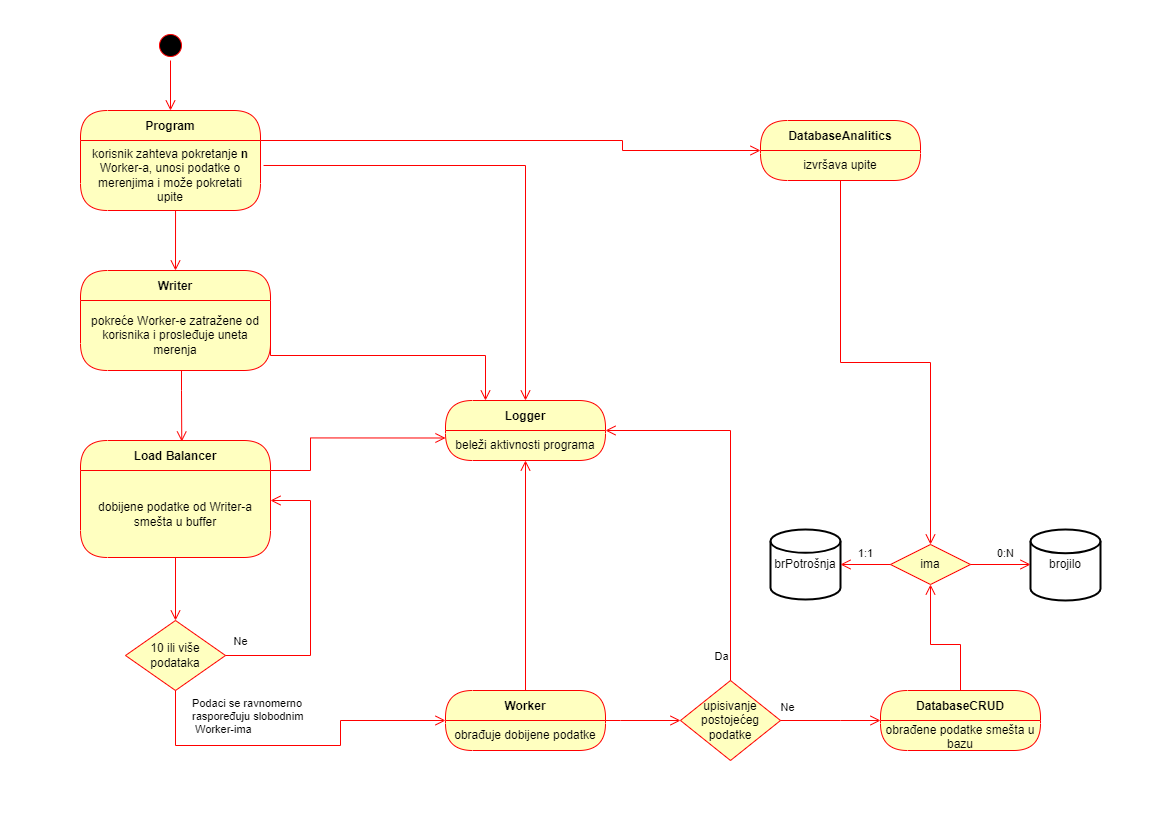
celicmarko/load_balancer keeps this draw.io diagram as diagram.png. Above is the earlier version. Source tidied: cells renumbered, new cells last; positions are measured from the earlier drawing's top-left corner, leaving out a move shared by most shapes.
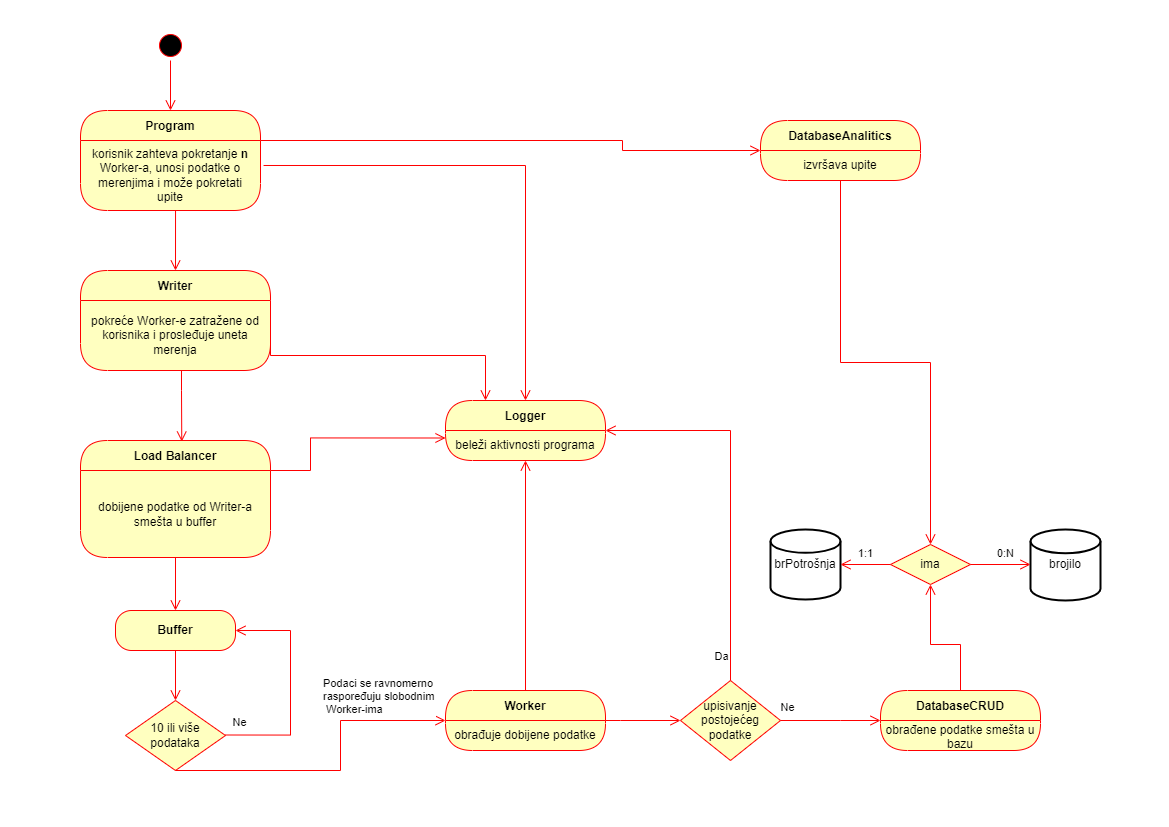
Later version of the same file.

Diff of the diagram source:
```diff
@@ -37,34 +37,19 @@
     <mxCell id="11" value="dobijene podatke od Writer-a smešta u buffer" style="text;html=1;strokeColor=none;fillColor=none;align=center;verticalAlign=middle;spacingLeft=4;spacingRight=4;whiteSpace=wrap;overflow=hidden;fontColor=#000000;" parent="10" vertex="1">
       <mxGeometry y="30" width="190" height="87" as="geometry" />
     </mxCell>
-    <mxCell id="12" style="edgeStyle=orthogonalEdgeStyle;html=1;verticalAlign=bottom;endArrow=open;endSize=8;strokeColor=#ff0000;rounded=0;exitX=0.5;exitY=1;exitDx=0;exitDy=0;entryX=0.5;entryY=0;entryDx=0;entryDy=0;" parent="1" edge="1" source="11" target="13">
+    <mxCell id="12" style="edgeStyle=orthogonalEdgeStyle;html=1;verticalAlign=bottom;endArrow=open;endSize=8;strokeColor=#ff0000;rounded=0;exitX=0.5;exitY=1;exitDx=0;exitDy=0;entryX=0.5;entryY=0;entryDx=0;entryDy=0;" parent="1" edge="1" source="11" target="45">
       <mxGeometry relative="1" as="geometry" />
     </mxCell>
     <mxCell id="13" value="10 ili više podataka" style="rhombus;whiteSpace=wrap;html=1;fillColor=#ffffc0;strokeColor=#ff0000;" parent="1" vertex="1">
-      <mxGeometry x="45" y="590" width="100" height="70" as="geometry" />
+      <mxGeometry x="45" y="670" width="100" height="70" as="geometry" />
     </mxCell>
-    <mxCell id="14" style="edgeStyle=orthogonalEdgeStyle;html=1;align=left;verticalAlign=bottom;endArrow=open;endSize=8;strokeColor=#ff0000;rounded=0;" parent="1" edge="1" source="13">
-      <mxGeometry x="-1" relative="1" as="geometry">
-        <mxPoint x="190" y="470" as="targetPoint" />
-        <Array as="points">
-          <mxPoint x="230" y="625" />
-          <mxPoint x="230" y="470" />
-          <mxPoint x="190" y="470" />
-        </Array>
-      </mxGeometry>
-    </mxCell>
-    <mxCell id="15" value="Ne" style="edgeLabel;html=1;align=center;verticalAlign=middle;" parent="14" vertex="1">
-      <mxGeometry x="-0.86" y="1" relative="1" as="geometry">
-        <mxPoint x="-4" y="-14" as="offset" />
-      </mxGeometry>
-    </mxCell>
-    <mxCell id="16" value="Podaci se ravnomerno&amp;nbsp;&lt;br&gt;raspoređuju slobodnim&lt;br&gt;&amp;nbsp;Worker-ima" style="edgeStyle=orthogonalEdgeStyle;html=1;align=left;verticalAlign=top;endArrow=open;endSize=8;strokeColor=#ff0000;rounded=0;entryX=0;entryY=0;entryDx=0;entryDy=0;" parent="1" edge="1" source="13" target="18">
-      <mxGeometry x="-1" y="15" relative="1" as="geometry">
+    <mxCell id="16" value="Podaci se ravnomerno&amp;nbsp;&lt;br&gt;raspoređuju slobodnim&lt;br&gt;&amp;nbsp;Worker-ima" style="edgeStyle=orthogonalEdgeStyle;html=1;align=left;verticalAlign=top;endArrow=open;endSize=8;strokeColor=#ff0000;rounded=0;entryX=0;entryY=0;entryDx=0;entryDy=0;exitX=0.5;exitY=1;exitDx=0;exitDy=0;" parent="1" edge="1" source="13" target="18">
+      <mxGeometry x="0.34" y="54" relative="1" as="geometry">
         <Array as="points">
-          <mxPoint x="95" y="715" />
-          <mxPoint x="260" y="715" />
+          <mxPoint x="260" y="740" />
           <mxPoint x="260" y="690" />
         </Array>
+        <mxPoint x="-20" y="4" as="offset" />
       </mxGeometry>
     </mxCell>
     <mxCell id="17" value="Worker" style="swimlane;fontStyle=1;align=center;verticalAlign=middle;horizontal=1;startSize=30;fontColor=#000000;rounded=1;arcSize=30;strokeColor=#ff0000;fillColor=#ffffc0;swimlaneFillColor=#ffffc0;" parent="1" vertex="1">
@@ -204,5 +189,30 @@
         </Array>
       </mxGeometry>
     </mxCell>
+    <mxCell id="45" value="&lt;b&gt;Buffer&lt;/b&gt;" style="rounded=1;whiteSpace=wrap;html=1;arcSize=40;fontColor=#000000;fillColor=#ffffc0;strokeColor=#ff0000;" parent="1" vertex="1">
+      <mxGeometry x="35" y="580" width="120" height="40" as="geometry" />
+    </mxCell>
+    <mxCell id="46" style="edgeStyle=orthogonalEdgeStyle;html=1;verticalAlign=bottom;endArrow=open;endSize=8;strokeColor=#ff0000;rounded=0;exitX=0.5;exitY=1;exitDx=0;exitDy=0;" parent="1" edge="1" source="45">
+      <mxGeometry relative="1" as="geometry">
+        <mxPoint x="95" y="670" as="targetPoint" />
+        <Array as="points">
+          <mxPoint x="95" y="670" />
+        </Array>
+      </mxGeometry>
+    </mxCell>
+    <mxCell id="47" style="edgeStyle=orthogonalEdgeStyle;html=1;verticalAlign=bottom;endArrow=open;endSize=8;strokeColor=#ff0000;rounded=0;exitX=1;exitY=0.5;exitDx=0;exitDy=0;entryX=1;entryY=0.5;entryDx=0;entryDy=0;" parent="1" edge="1" target="45">
+      <mxGeometry relative="1" as="geometry">
+        <mxPoint x="145" y="704.5" as="sourcePoint" />
+        <Array as="points">
+          <mxPoint x="210" y="705" />
+          <mxPoint x="210" y="600" />
+        </Array>
+      </mxGeometry>
+    </mxCell>
+    <mxCell id="15" value="Ne" style="edgeLabel;html=1;align=center;verticalAlign=middle;" parent="1" vertex="1">
+      <mxGeometry x="155" y="690" as="geometry">
+        <mxPoint x="3" y="1" as="offset" />
+      </mxGeometry>
+    </mxCell>
   </root>
 </mxGraphModel>
```
